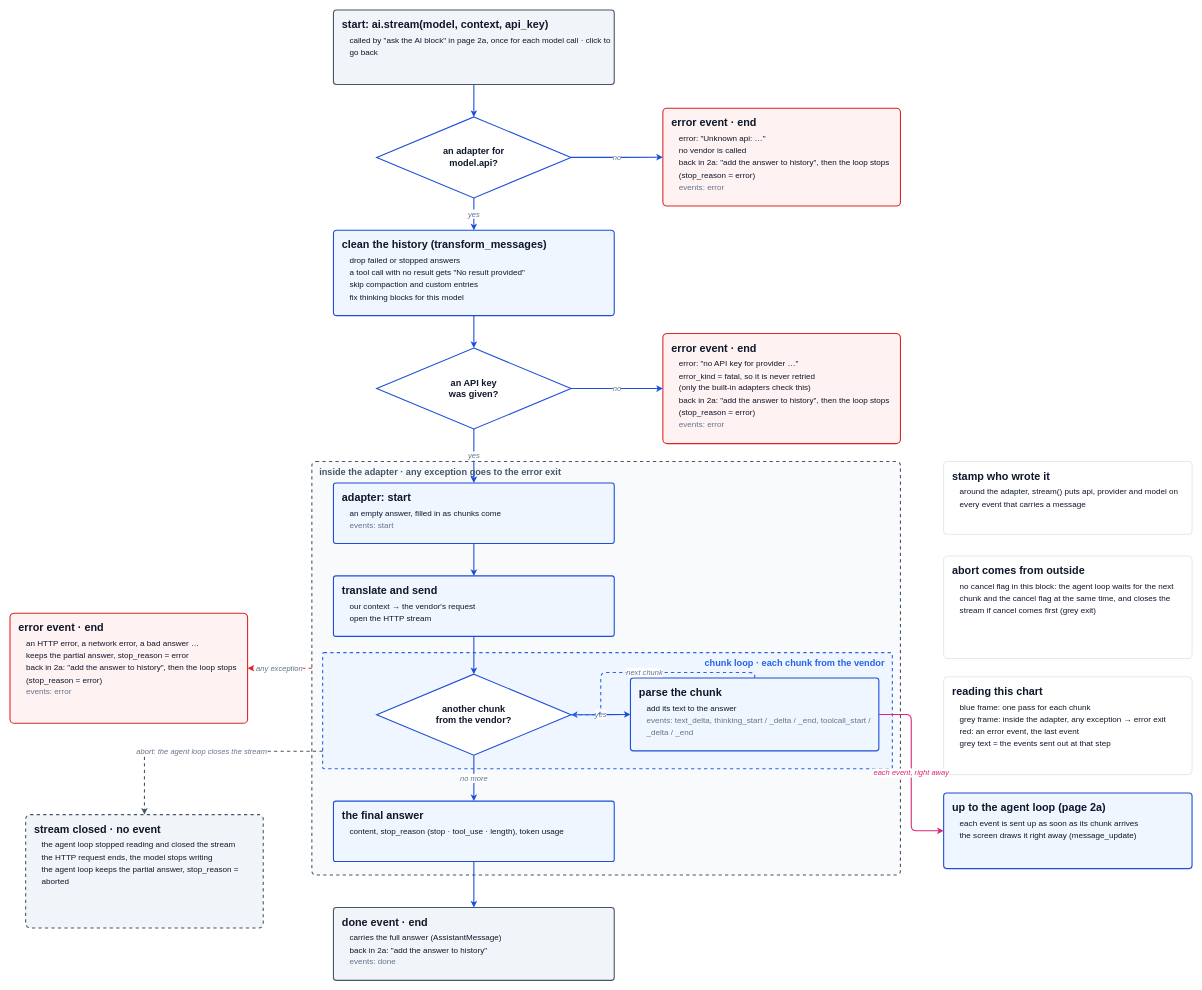
The draw.io diagram page "1a · ai.stream (flowchart)" (4 of 7) of docs/guidebook/img/architecture.drawio in danhugo/simp-agent, before the edit. Source tidied: cells renumbered, new cells numbered last; positions are measured from the earlier drawing's top-left corner, leaving out a move shared by most shapes. Both pictures are drawn from the tidied source at 54%, with x=0, y=0 at pixel (10, 10).
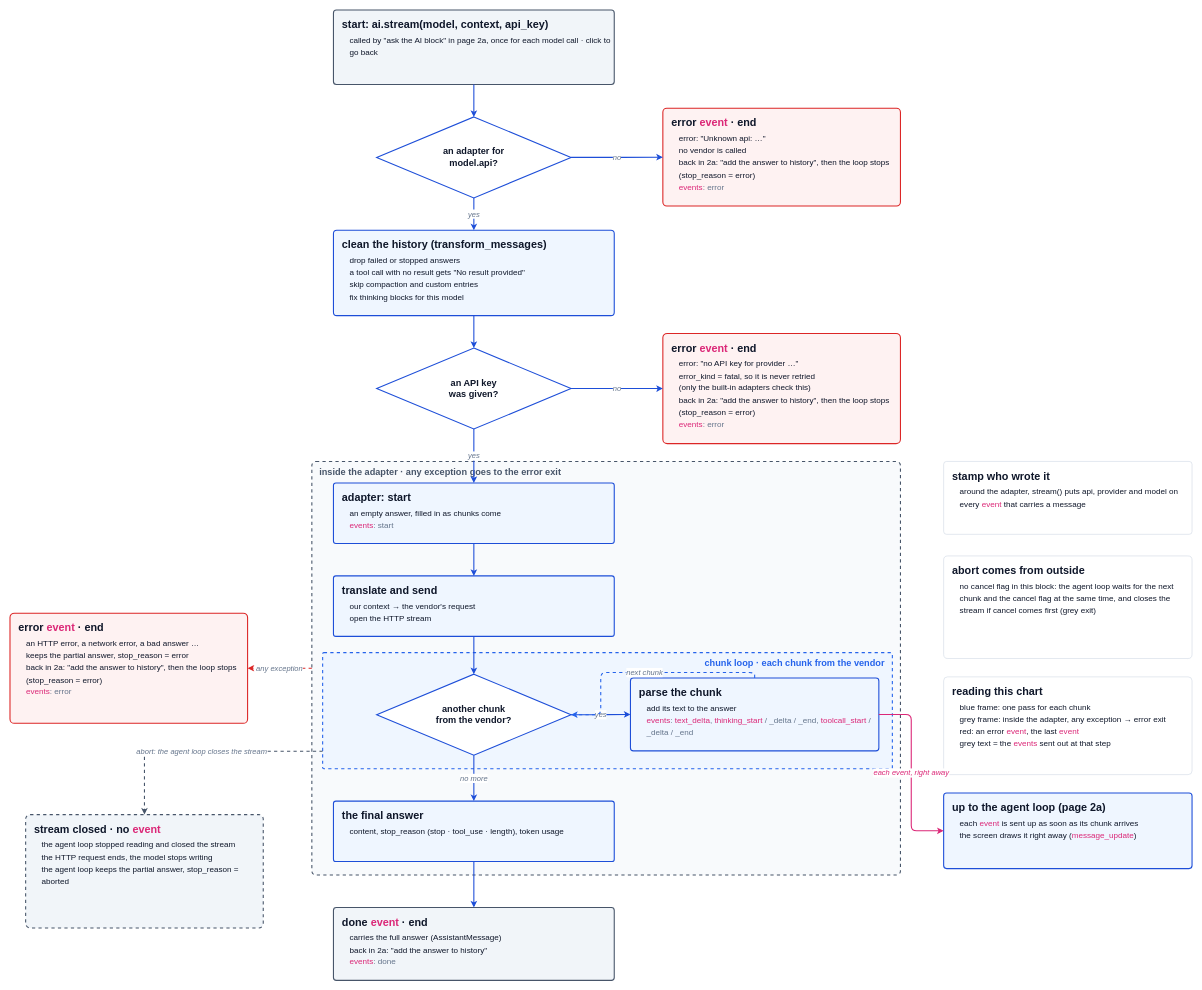
The same page after the edit.

Commit message (it also covers changes not shown here):
guidebook: event words in pink inside every box

What changed in the source:
```diff
@@
-    <mxCell id="6" value="&lt;b style=&quot;font-size:20px&quot;&gt;error event · end&lt;/b&gt;&lt;div style=&quot;font-size:15px;line-height:1.5;margin-top:6px;padding-left:14px&quot;&gt;error: &quot;Unknown api: …&quot;&lt;br&gt;no vendor is called&lt;br&gt;back in 2a: &quot;add the answer to history&quot;, then the loop stops (stop_reason = error)&lt;br&gt;&lt;span style=&quot;color:#64748b&quot;&gt;events: error&lt;/span&gt;&lt;/div&gt;" style="whiteSpace=wrap;html=1;align=left;verticalAlign=top;spacingLeft=14;spacingTop=8;rounded=1;arcSize=4;strokeWidth=2;fontColor=#0f172a;fillColor=#fef2f2;strokeColor=#dc2626;" parent="1" vertex="1">
+    <mxCell id="6" value="&lt;b style=&quot;font-size:20px&quot;&gt;error &lt;span style=&quot;color:#db2777&quot;&gt;event&lt;/span&gt; · end&lt;/b&gt;&lt;div style=&quot;font-size:15px;line-height:1.5;margin-top:6px;padding-left:14px&quot;&gt;error: &quot;Unknown api: …&quot;&lt;br&gt;no vendor is called&lt;br&gt;back in 2a: &quot;add the answer to history&quot;, then the loop stops (stop_reason = error)&lt;br&gt;&lt;span style=&quot;color:#64748b&quot;&gt;&lt;span style=&quot;color:#db2777&quot;&gt;events&lt;/span&gt;: error&lt;/span&gt;&lt;/div&gt;" style="whiteSpace=wrap;html=1;align=left;verticalAlign=top;spacingLeft=14;spacingTop=8;rounded=1;arcSize=4;strokeWidth=2;fontColor=#0f172a;fillColor=#fef2f2;strokeColor=#dc2626;" parent="1" vertex="1">
       <mxGeometry x="1209" y="182" width="440" height="181" as="geometry" />
     </mxCell>
@@
-    <mxCell id="9" value="&lt;b style=&quot;font-size:20px&quot;&gt;error event · end&lt;/b&gt;&lt;div style=&quot;font-size:15px;line-height:1.5;margin-top:6px;padding-left:14px&quot;&gt;error: &quot;no API key for provider …&quot;&lt;br&gt;error_kind = fatal, so it is never retried&lt;br&gt;(only the built-in adapters check this)&lt;br&gt;back in 2a: &quot;add the answer to history&quot;, then the loop stops (stop_reason = error)&lt;br&gt;&lt;span style=&quot;color:#64748b&quot;&gt;events: error&lt;/span&gt;&lt;/div&gt;" style="whiteSpace=wrap;html=1;align=left;verticalAlign=top;spacingLeft=14;spacingTop=8;rounded=1;arcSize=4;strokeWidth=2;fontColor=#0f172a;fillColor=#fef2f2;strokeColor=#dc2626;" parent="1" vertex="1">
+    <mxCell id="9" value="&lt;b style=&quot;font-size:20px&quot;&gt;error &lt;span style=&quot;color:#db2777&quot;&gt;event&lt;/span&gt; · end&lt;/b&gt;&lt;div style=&quot;font-size:15px;line-height:1.5;margin-top:6px;padding-left:14px&quot;&gt;error: &quot;no API key for provider …&quot;&lt;br&gt;error_kind = fatal, so it is never retried&lt;br&gt;(only the built-in adapters check this)&lt;br&gt;back in 2a: &quot;add the answer to history&quot;, then the loop stops (stop_reason = error)&lt;br&gt;&lt;span style=&quot;color:#64748b&quot;&gt;&lt;span style=&quot;color:#db2777&quot;&gt;events&lt;/span&gt;: error&lt;/span&gt;&lt;/div&gt;" style="whiteSpace=wrap;html=1;align=left;verticalAlign=top;spacingLeft=14;spacingTop=8;rounded=1;arcSize=4;strokeWidth=2;fontColor=#0f172a;fillColor=#fef2f2;strokeColor=#dc2626;" parent="1" vertex="1">
       <mxGeometry x="1209" y="599" width="440" height="204" as="geometry" />
     </mxCell>
-    <mxCell id="10" value="&lt;b style=&quot;font-size:20px&quot;&gt;adapter: start&lt;/b&gt;&lt;div style=&quot;font-size:15px;line-height:1.5;margin-top:6px;padding-left:14px&quot;&gt;an empty answer, filled in as chunks come&lt;br&gt;&lt;span style=&quot;color:#64748b&quot;&gt;events: start&lt;/span&gt;&lt;/div&gt;" style="whiteSpace=wrap;html=1;align=left;verticalAlign=top;spacingLeft=14;spacingTop=8;rounded=1;arcSize=4;strokeWidth=2;fontColor=#0f172a;fillColor=#eff6ff;strokeColor=#1d4ed8;" parent="1" vertex="1">
+    <mxCell id="10" value="&lt;b style=&quot;font-size:20px&quot;&gt;adapter: start&lt;/b&gt;&lt;div style=&quot;font-size:15px;line-height:1.5;margin-top:6px;padding-left:14px&quot;&gt;an empty answer, filled in as chunks come&lt;br&gt;&lt;span style=&quot;color:#64748b&quot;&gt;&lt;span style=&quot;color:#db2777&quot;&gt;events&lt;/span&gt;: start&lt;/span&gt;&lt;/div&gt;" style="whiteSpace=wrap;html=1;align=left;verticalAlign=top;spacingLeft=14;spacingTop=8;rounded=1;arcSize=4;strokeWidth=2;fontColor=#0f172a;fillColor=#eff6ff;strokeColor=#1d4ed8;" parent="1" vertex="1">
       <mxGeometry x="599" y="876" width="520" height="112" as="geometry" />
     </mxCell>
@@
-    <mxCell id="13" value="&lt;b style=&quot;font-size:20px&quot;&gt;parse the chunk&lt;/b&gt;&lt;div style=&quot;font-size:15px;line-height:1.5;margin-top:6px;padding-left:14px&quot;&gt;add its text to the answer&lt;br&gt;&lt;span style=&quot;color:#64748b&quot;&gt;events: text_delta, thinking_start / _delta / _end, toolcall_start / _delta / _end&lt;/span&gt;&lt;/div&gt;" style="whiteSpace=wrap;html=1;align=left;verticalAlign=top;spacingLeft=14;spacingTop=8;rounded=1;arcSize=4;strokeWidth=2;fontColor=#0f172a;fillColor=#eff6ff;strokeColor=#1d4ed8;" parent="1" vertex="1">
+    <mxCell id="13" value="&lt;b style=&quot;font-size:20px&quot;&gt;parse the chunk&lt;/b&gt;&lt;div style=&quot;font-size:15px;line-height:1.5;margin-top:6px;padding-left:14px&quot;&gt;add its text to the answer&lt;br&gt;&lt;span style=&quot;color:#64748b&quot;&gt;&lt;span style=&quot;color:#db2777&quot;&gt;events&lt;/span&gt;: &lt;span style=&quot;color:#db2777&quot;&gt;text_delta&lt;/span&gt;, &lt;span style=&quot;color:#db2777&quot;&gt;thinking_start&lt;/span&gt; / _delta / _end, &lt;span style=&quot;color:#db2777&quot;&gt;toolcall_start&lt;/span&gt; / _delta / _end&lt;/span&gt;&lt;/div&gt;" style="whiteSpace=wrap;html=1;align=left;verticalAlign=top;spacingLeft=14;spacingTop=8;rounded=1;arcSize=4;strokeWidth=2;fontColor=#0f172a;fillColor=#eff6ff;strokeColor=#1d4ed8;" parent="1" vertex="1">
       <mxGeometry x="1149" y="1237" width="460" height="135" as="geometry" />
     </mxCell>
@@
-    <mxCell id="15" value="&lt;b style=&quot;font-size:20px&quot;&gt;done event · end&lt;/b&gt;&lt;div style=&quot;font-size:15px;line-height:1.5;margin-top:6px;padding-left:14px&quot;&gt;carries the full answer (AssistantMessage)&lt;br&gt;back in 2a: &quot;add the answer to history&quot;&lt;br&gt;&lt;span style=&quot;color:#64748b&quot;&gt;events: done&lt;/span&gt;&lt;/div&gt;" style="whiteSpace=wrap;html=1;align=left;verticalAlign=top;spacingLeft=14;spacingTop=8;rounded=1;arcSize=4;strokeWidth=2;fontColor=#0f172a;fillColor=#f1f5f9;strokeColor=#475569;" parent="1" vertex="1">
+    <mxCell id="15" value="&lt;b style=&quot;font-size:20px&quot;&gt;done &lt;span style=&quot;color:#db2777&quot;&gt;event&lt;/span&gt; · end&lt;/b&gt;&lt;div style=&quot;font-size:15px;line-height:1.5;margin-top:6px;padding-left:14px&quot;&gt;carries the full answer (AssistantMessage)&lt;br&gt;back in 2a: &quot;add the answer to history&quot;&lt;br&gt;&lt;span style=&quot;color:#64748b&quot;&gt;&lt;span style=&quot;color:#db2777&quot;&gt;events&lt;/span&gt;: done&lt;/span&gt;&lt;/div&gt;" style="whiteSpace=wrap;html=1;align=left;verticalAlign=top;spacingLeft=14;spacingTop=8;rounded=1;arcSize=4;strokeWidth=2;fontColor=#0f172a;fillColor=#f1f5f9;strokeColor=#475569;" parent="1" vertex="1">
       <mxGeometry x="599" y="1662" width="520" height="135" as="geometry" />
     </mxCell>
-    <mxCell id="16" value="&lt;b style=&quot;font-size:20px&quot;&gt;error event · end&lt;/b&gt;&lt;div style=&quot;font-size:15px;line-height:1.5;margin-top:6px;padding-left:14px&quot;&gt;an HTTP error, a network error, a bad answer …&lt;br&gt;keeps the partial answer, stop_reason = error&lt;br&gt;back in 2a: &quot;add the answer to history&quot;, then the loop stops (stop_reason = error)&lt;br&gt;&lt;span style=&quot;color:#64748b&quot;&gt;events: error&lt;/span&gt;&lt;/div&gt;" style="whiteSpace=wrap;html=1;align=left;verticalAlign=top;spacingLeft=14;spacingTop=8;rounded=1;arcSize=4;strokeWidth=2;fontColor=#0f172a;fillColor=#fef2f2;strokeColor=#dc2626;" parent="1" vertex="1">
+    <mxCell id="16" value="&lt;b style=&quot;font-size:20px&quot;&gt;error &lt;span style=&quot;color:#db2777&quot;&gt;event&lt;/span&gt; · end&lt;/b&gt;&lt;div style=&quot;font-size:15px;line-height:1.5;margin-top:6px;padding-left:14px&quot;&gt;an HTTP error, a network error, a bad answer …&lt;br&gt;keeps the partial answer, stop_reason = error&lt;br&gt;back in 2a: &quot;add the answer to history&quot;, then the loop stops (stop_reason = error)&lt;br&gt;&lt;span style=&quot;color:#64748b&quot;&gt;&lt;span style=&quot;color:#db2777&quot;&gt;events&lt;/span&gt;: error&lt;/span&gt;&lt;/div&gt;" style="whiteSpace=wrap;html=1;align=left;verticalAlign=top;spacingLeft=14;spacingTop=8;rounded=1;arcSize=4;strokeWidth=2;fontColor=#0f172a;fillColor=#fef2f2;strokeColor=#dc2626;" parent="1" vertex="1">
       <mxGeometry y="1117" width="440" height="204" as="geometry" />
     </mxCell>
-    <mxCell id="17" value="&lt;b style=&quot;font-size:20px&quot;&gt;stamp who wrote it&lt;/b&gt;&lt;div style=&quot;font-size:15px;line-height:1.5;margin-top:6px;padding-left:14px&quot;&gt;around the adapter, stream() puts api, provider and model on every event that carries a message&lt;/div&gt;" style="whiteSpace=wrap;html=1;align=left;verticalAlign=top;spacingLeft=14;spacingTop=8;rounded=1;arcSize=4;strokeWidth=2;fontColor=#0f172a;fillColor=#ffffff;strokeColor=#cbd5e1;strokeWidth=1;" parent="1" vertex="1">
+    <mxCell id="17" value="&lt;b style=&quot;font-size:20px&quot;&gt;stamp who wrote it&lt;/b&gt;&lt;div style=&quot;font-size:15px;line-height:1.5;margin-top:6px;padding-left:14px&quot;&gt;around the adapter, stream() puts api, provider and model on every &lt;span style=&quot;color:#db2777&quot;&gt;event&lt;/span&gt; that carries a message&lt;/div&gt;" style="whiteSpace=wrap;html=1;align=left;verticalAlign=top;spacingLeft=14;spacingTop=8;rounded=1;arcSize=4;strokeWidth=2;fontColor=#0f172a;fillColor=#ffffff;strokeColor=#cbd5e1;strokeWidth=1;" parent="1" vertex="1">
       <mxGeometry x="1729" y="836" width="460" height="135" as="geometry" />
     </mxCell>
@@
-    <mxCell id="19" value="&lt;b style=&quot;font-size:20px&quot;&gt;reading this chart&lt;/b&gt;&lt;div style=&quot;font-size:15px;line-height:1.5;margin-top:6px;padding-left:14px&quot;&gt;blue frame: one pass for each chunk&lt;br&gt;grey frame: inside the adapter, any exception → error exit&lt;br&gt;red: an error event, the last event&lt;br&gt;grey text = the events sent out at that step&lt;/div&gt;" style="whiteSpace=wrap;html=1;align=left;verticalAlign=top;spacingLeft=14;spacingTop=8;rounded=1;arcSize=4;strokeWidth=2;fontColor=#0f172a;fillColor=#ffffff;strokeColor=#cbd5e1;strokeWidth=1;" parent="1" vertex="1">
+    <mxCell id="19" value="&lt;b style=&quot;font-size:20px&quot;&gt;reading this chart&lt;/b&gt;&lt;div style=&quot;font-size:15px;line-height:1.5;margin-top:6px;padding-left:14px&quot;&gt;blue frame: one pass for each chunk&lt;br&gt;grey frame: inside the adapter, any exception → error exit&lt;br&gt;red: an error &lt;span style=&quot;color:#db2777&quot;&gt;event&lt;/span&gt;, the last &lt;span style=&quot;color:#db2777&quot;&gt;event&lt;/span&gt;&lt;br&gt;grey text = the &lt;span style=&quot;color:#db2777&quot;&gt;events&lt;/span&gt; sent out at that step&lt;/div&gt;" style="whiteSpace=wrap;html=1;align=left;verticalAlign=top;spacingLeft=14;spacingTop=8;rounded=1;arcSize=4;strokeWidth=2;fontColor=#0f172a;fillColor=#ffffff;strokeColor=#cbd5e1;strokeWidth=1;" parent="1" vertex="1">
       <mxGeometry x="1729" y="1235" width="460" height="181" as="geometry" />
     </mxCell>
@@
-    <mxCell id="33" value="&lt;b style=&quot;font-size:20px&quot;&gt;up to the agent loop (page 2a)&lt;/b&gt;&lt;div style=&quot;font-size:15px;line-height:1.5;margin-top:6px;padding-left:14px&quot;&gt;each event is sent up as soon as its chunk arrives&lt;br&gt;the screen draws it right away (message_update)&lt;/div&gt;" style="whiteSpace=wrap;html=1;align=left;verticalAlign=top;spacingLeft=14;spacingTop=8;rounded=1;arcSize=4;strokeWidth=2;fontColor=#0f172a;fillColor=#eff6ff;strokeColor=#1d4ed8;" parent="1" vertex="1">
+    <mxCell id="33" value="&lt;b style=&quot;font-size:20px&quot;&gt;up to the agent loop (page 2a)&lt;/b&gt;&lt;div style=&quot;font-size:15px;line-height:1.5;margin-top:6px;padding-left:14px&quot;&gt;each &lt;span style=&quot;color:#db2777&quot;&gt;event&lt;/span&gt; is sent up as soon as its chunk arrives&lt;br&gt;the screen draws it right away (&lt;span style=&quot;color:#db2777&quot;&gt;message_update&lt;/span&gt;)&lt;/div&gt;" style="whiteSpace=wrap;html=1;align=left;verticalAlign=top;spacingLeft=14;spacingTop=8;rounded=1;arcSize=4;strokeWidth=2;fontColor=#0f172a;fillColor=#eff6ff;strokeColor=#1d4ed8;" parent="1" vertex="1">
       <mxGeometry x="1729" y="1450" width="460" height="140" as="geometry" />
     </mxCell>
-    <mxCell id="34" value="each event, right away" style="edgeStyle=orthogonalEdgeStyle;rounded=1;html=1;fontSize=14;fontStyle=2;strokeWidth=2;exitX=1;exitY=0.5;entryX=0;entryY=0.5;strokeColor=#db2777;fontColor=#db2777;" parent="1" edge="1" source="13" target="33">
+    <mxCell id="34" value="each &lt;span style=&quot;color:#db2777&quot;&gt;event&lt;/span&gt;, right away" style="edgeStyle=orthogonalEdgeStyle;rounded=1;html=1;fontSize=14;fontStyle=2;strokeWidth=2;exitX=1;exitY=0.5;entryX=0;entryY=0.5;strokeColor=#db2777;fontColor=#db2777;" parent="1" edge="1" source="13" target="33">
       <mxGeometry relative="1" as="geometry" />
     </mxCell>
-    <mxCell id="35" value="&lt;b style=&quot;font-size:20px&quot;&gt;stream closed · no event&lt;/b&gt;&lt;div style=&quot;font-size:15px;line-height:1.5;margin-top:6px;padding-left:14px&quot;&gt;the agent loop stopped reading and closed the stream&lt;br&gt;the HTTP request ends, the model stops writing&lt;br&gt;the agent loop keeps the partial answer, stop_reason = aborted&lt;/div&gt;" style="whiteSpace=wrap;html=1;align=left;verticalAlign=top;spacingLeft=14;spacingTop=8;rounded=1;arcSize=4;strokeWidth=2;fontColor=#0f172a;fillColor=#f1f5f9;strokeColor=#475569;dashed=1;" parent="1" vertex="1">
+    <mxCell id="35" value="&lt;b style=&quot;font-size:20px&quot;&gt;stream closed · no &lt;span style=&quot;color:#db2777&quot;&gt;event&lt;/span&gt;&lt;/b&gt;&lt;div style=&quot;font-size:15px;line-height:1.5;margin-top:6px;padding-left:14px&quot;&gt;the agent loop stopped reading and closed the stream&lt;br&gt;the HTTP request ends, the model stops writing&lt;br&gt;the agent loop keeps the partial answer, stop_reason = aborted&lt;/div&gt;" style="whiteSpace=wrap;html=1;align=left;verticalAlign=top;spacingLeft=14;spacingTop=8;rounded=1;arcSize=4;strokeWidth=2;fontColor=#0f172a;fillColor=#f1f5f9;strokeColor=#475569;dashed=1;" parent="1" vertex="1">
       <mxGeometry x="29" y="1490" width="440" height="210" as="geometry" />
     </mxCell>
```
